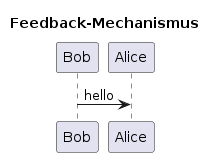
The PlantUML diagram docs/requirements/F002/F002_act.png in wordle-time/wordle-time, before a commit. The source it was exported from:
```plantuml
@startuml F002_act
<style file=plantStyle.css>
title "Feedback-Mechanismus"

Bob -> Alice : hello
@enduml
```
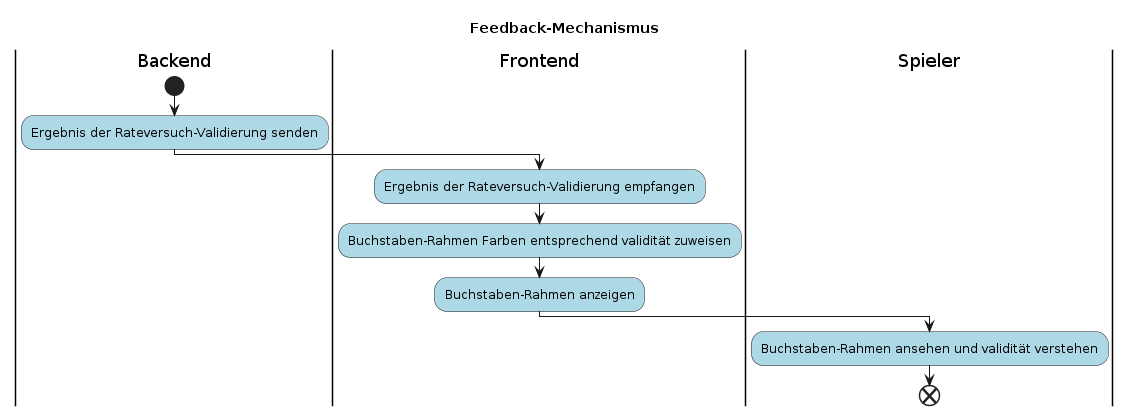
After the commit.

What changed in the source:
```diff
@@ -2,5 +2,19 @@
 <style file=plantStyle.css>
 title "Feedback-Mechanismus"
 
-Bob -> Alice : hello
+|Backend|
+|Frontend|
+|Spieler|
+
+|Backend|
+start
+:Ergebnis der Rateversuch-Validierung senden;
+|Frontend|
+:Ergebnis der Rateversuch-Validierung empfangen;
+:Buchstaben-Rahmen Farben entsprechend validität zuweisen;
+:Buchstaben-Rahmen anzeigen;
+|Spieler|
+:Buchstaben-Rahmen ansehen und validität verstehen;
+end
+
 @enduml
```
